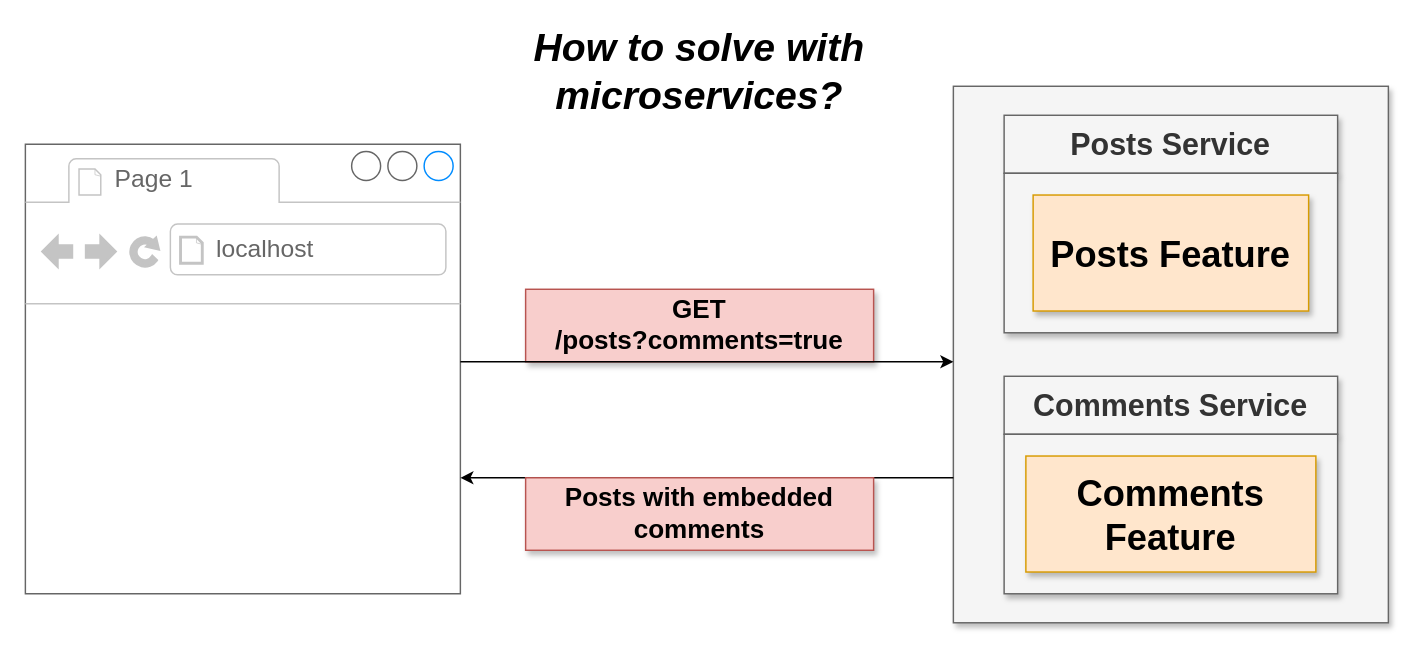
The draw.io diagram page "15 - solution" (16 of 26) of diagrams/02/diagrams.drawio in cosmicfilament/blog-microservices, before the edit. Source tidied: cells renumbered, new cells numbered last; positions are measured from the earlier drawing's top-left corner, leaving out a move shared by most shapes. Both pictures are drawn from the tidied source at 145%, with x=0, y=0 at pixel (25, 57).
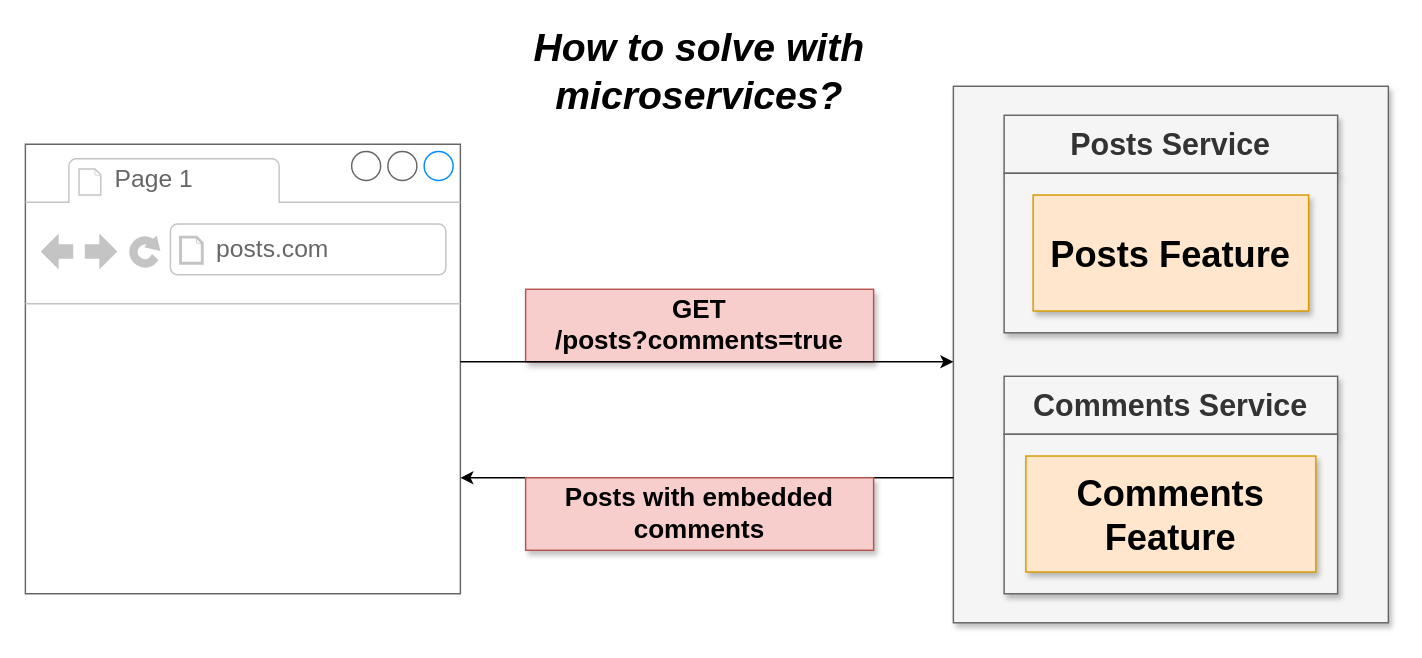
The same page after the edit.

What changed in the source:
```diff
@@
 <mxGraphModel>
   <root>
     <mxCell id="0" />
     <mxCell id="1" parent="0" />
     <mxCell id="2" style="rounded=0;whiteSpace=wrap;html=1;shadow=1;fontSize=17;align=left;fillColor=#f5f5f5;strokeColor=#666666;fontColor=#333333;" parent="1" vertex="1">
       <mxGeometry x="640" y="20" width="300" height="370" as="geometry" />
     </mxCell>
     <mxCell id="3" value="Posts Service" style="rounded=0;whiteSpace=wrap;html=1;shadow=1;fontSize=21;align=center;fillColor=#f5f5f5;strokeColor=#666666;fontColor=#333333;fontStyle=1;" parent="1" vertex="1">
       <mxGeometry x="675" y="40" width="230" height="40" as="geometry" />
     </mxCell>
     <mxCell id="4" style="rounded=0;whiteSpace=wrap;html=1;shadow=1;fontSize=17;align=left;fillColor=#f5f5f5;strokeColor=#666666;fontColor=#333333;" parent="1" vertex="1">
       <mxGeometry x="675" y="80" width="230" height="110" as="geometry" />
     </mxCell>
     <mxCell id="5" value="Posts Feature" style="whiteSpace=wrap;html=1;rounded=0;shadow=1;fontSize=25;align=center;fillColor=#ffe6cc;strokeColor=#d79b00;fontStyle=1;" parent="1" vertex="1">
       <mxGeometry x="695" y="95" width="190" height="80" as="geometry" />
     </mxCell>
     <mxCell id="6" style="strokeWidth=1;shadow=0;dashed=0;align=center;html=1;shape=mxgraph.mockup.containers.browserWindow;rSize=0;strokeColor=#666666;strokeColor2=#008cff;strokeColor3=#c4c4c4;mainText=,;rounded=0;fontSize=17;" parent="1" vertex="1">
       <mxGeometry y="60" width="300" height="310" as="geometry" />
     </mxCell>
     <mxCell id="7" value="Page 1" style="strokeWidth=1;shadow=0;dashed=0;align=center;html=1;shape=mxgraph.mockup.containers.anchor;fontSize=17;fontColor=#666666;align=left;" parent="6" vertex="1">
       <mxGeometry x="60" y="12" width="110" height="26" as="geometry" />
     </mxCell>
-    <mxCell id="8" value="localhost" style="strokeWidth=1;shadow=0;dashed=0;align=center;html=1;shape=mxgraph.mockup.containers.anchor;rSize=0;fontSize=17;fontColor=#666666;align=left;" parent="6" vertex="1">
+    <mxCell id="8" value="posts.com" style="strokeWidth=1;shadow=0;dashed=0;align=center;html=1;shape=mxgraph.mockup.containers.anchor;rSize=0;fontSize=17;fontColor=#666666;align=left;" parent="6" vertex="1">
       <mxGeometry x="130" y="60" width="250" height="26" as="geometry" />
     </mxCell>
     <mxCell id="9" value="Comments Service" style="rounded=0;whiteSpace=wrap;html=1;shadow=1;fontSize=21;align=center;fillColor=#f5f5f5;strokeColor=#666666;fontColor=#333333;fontStyle=1;" parent="1" vertex="1">
       <mxGeometry x="675" y="220" width="230" height="40" as="geometry" />
     </mxCell>
     <mxCell id="10" style="rounded=0;whiteSpace=wrap;html=1;shadow=1;fontSize=17;align=left;fillColor=#f5f5f5;strokeColor=#666666;fontColor=#333333;" parent="1" vertex="1">
       <mxGeometry x="675" y="260" width="230" height="110" as="geometry" />
     </mxCell>
     <mxCell id="11" value="Comments Feature" style="whiteSpace=wrap;html=1;rounded=0;shadow=1;fontSize=25;align=center;fillColor=#ffe6cc;strokeColor=#d79b00;fontStyle=1;" parent="1" vertex="1">
       <mxGeometry x="690" y="275" width="200" height="80" as="geometry" />
     </mxCell>
     <mxCell id="12" value="GET &lt;br&gt;/posts?comments=true" style="whiteSpace=wrap;html=1;rounded=0;shadow=1;fontSize=18;align=center;fillColor=#f8cecc;strokeColor=#b85450;fontStyle=1;" parent="1" vertex="1">
       <mxGeometry x="345" y="160" width="240" height="50" as="geometry" />
     </mxCell>
     <mxCell id="13" style="endArrow=classic;html=1;fontSize=27;" parent="1" edge="1">
       <mxGeometry relative="1" as="geometry">
         <mxPoint x="300" y="210" as="sourcePoint" />
         <mxPoint x="640" y="210" as="targetPoint" />
       </mxGeometry>
     </mxCell>
     <mxCell id="14" style="endArrow=classic;html=1;fontSize=27;" parent="1" edge="1">
       <mxGeometry relative="1" as="geometry">
         <mxPoint x="640" y="290" as="sourcePoint" />
         <mxPoint x="300" y="290" as="targetPoint" />
       </mxGeometry>
     </mxCell>
     <mxCell id="15" value="Posts with embedded comments" style="whiteSpace=wrap;html=1;rounded=0;shadow=1;fontSize=18;align=center;fillColor=#f8cecc;strokeColor=#b85450;fontStyle=1;" parent="1" vertex="1">
       <mxGeometry x="345" y="290" width="240" height="50" as="geometry" />
     </mxCell>
     <mxCell id="16" value="&lt;i style=&quot;font-size: 27px&quot;&gt;How to solve with microservices?&lt;/i&gt;" style="text;html=1;strokeColor=none;fillColor=none;align=center;verticalAlign=middle;whiteSpace=wrap;rounded=0;shadow=0;fontSize=27;fontStyle=1;" parent="1" vertex="1">
       <mxGeometry x="305" width="320" height="20" as="geometry" />
     </mxCell>
   </root>
 </mxGraphModel>
```
